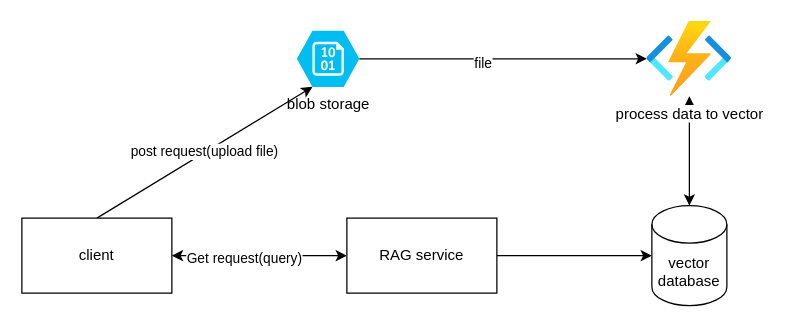
Earlier version of the draw.io diagram rag-chat-app/components.drawio (yannicklansink/central-search-engine-toeslagen). Source tidied: cells renumbered, new cells numbered last; positions are measured from the earlier drawing's top-left corner, leaving out a move shared by most shapes. Both pictures are drawn from the tidied source at 125%, with x=0, y=0 at pixel (21, 20).
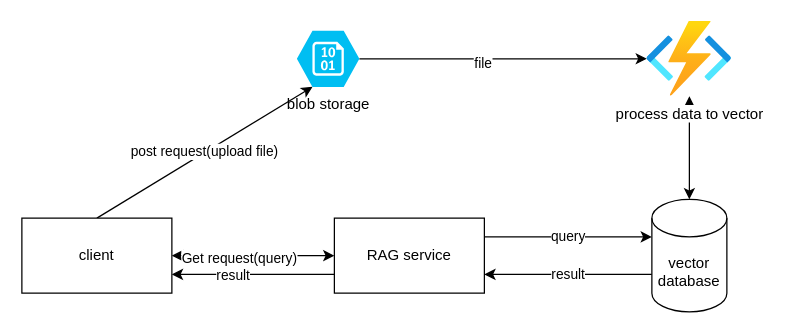
The same page after the edit.

Commit message (it also covers changes not shown here):
added architecture diagram

The edit, as a diff of the source:
```diff
@@
 <mxGraphModel>
   <root>
     <mxCell id="0" />
     <mxCell id="1" parent="0" />
     <mxCell id="2" value="post request(upload file)" style="edgeStyle=none;html=1;exitX=0.5;exitY=0;exitDx=0;exitDy=0;entryX=0.25;entryY=1;entryDx=0;entryDy=0;entryPerimeter=0;" parent="1" edge="1" source="3" target="12">
       <mxGeometry relative="1" as="geometry" />
     </mxCell>
     <mxCell id="3" value="client" style="rounded=0;whiteSpace=wrap;html=1;" parent="1" vertex="1">
       <mxGeometry y="158" width="120" height="60" as="geometry" />
     </mxCell>
-    <mxCell id="4" style="edgeStyle=none;html=1;exitX=1;exitY=0.5;exitDx=0;exitDy=0;" parent="1" edge="1" source="5" target="6">
+    <mxCell id="4" value="query" style="edgeStyle=none;html=1;exitX=1;exitY=0.25;exitDx=0;exitDy=0;entryX=0;entryY=0;entryDx=0;entryDy=30;entryPerimeter=0;" parent="1" edge="1" source="5" target="6">
       <mxGeometry relative="1" as="geometry" />
     </mxCell>
+    <mxCell id="14" style="edgeStyle=none;html=1;exitX=0;exitY=0.75;exitDx=0;exitDy=0;entryX=1;entryY=0.75;entryDx=0;entryDy=0;" parent="1" edge="1" source="5" target="3">
+      <mxGeometry relative="1" as="geometry" />
+    </mxCell>
+    <mxCell id="15" value="result" style="edgeLabel;html=1;align=center;verticalAlign=middle;" parent="14" vertex="1">
+      <mxGeometry x="0.26" relative="1" as="geometry" />
+    </mxCell>
     <mxCell id="5" value="RAG service" style="rounded=0;whiteSpace=wrap;html=1;" parent="1" vertex="1">
-      <mxGeometry x="260" y="158" width="120" height="60" as="geometry" />
+      <mxGeometry x="250" y="158" width="120" height="60" as="geometry" />
     </mxCell>
+    <mxCell id="16" value="result" style="edgeStyle=none;html=1;exitX=0;exitY=0;exitDx=0;exitDy=60;exitPerimeter=0;entryX=1;entryY=0.75;entryDx=0;entryDy=0;" parent="1" edge="1" source="6" target="5">
+      <mxGeometry relative="1" as="geometry" />
+    </mxCell>
     <mxCell id="6" value="vector database" style="shape=cylinder3;whiteSpace=wrap;html=1;boundedLbl=1;backgroundOutline=1;size=15;" parent="1" vertex="1">
-      <mxGeometry x="504" y="148" width="60" height="80" as="geometry" />
+      <mxGeometry x="504" y="143" width="60" height="90" as="geometry" />
     </mxCell>
     <mxCell id="7" style="endArrow=classic;startArrow=classic;html=1;exitX=1;exitY=0.5;exitDx=0;exitDy=0;entryX=0;entryY=0.5;entryDx=0;entryDy=0;" parent="1" edge="1" source="3" target="5">
       <mxGeometry relative="1" as="geometry" />
     </mxCell>
     <mxCell id="8" value="Get request(query)" style="edgeLabel;html=1;align=center;verticalAlign=middle;" parent="7" vertex="1">
       <mxGeometry x="-0.19" y="-1" relative="1" as="geometry" />
     </mxCell>
     <mxCell id="9" style="endArrow=classic;startArrow=classic;html=1;exitX=0.5;exitY=0;exitDx=0;exitDy=0;exitPerimeter=0;" parent="1" edge="1" source="6" target="13">
       <mxGeometry relative="1" as="geometry" />
     </mxCell>
     <mxCell id="10" style="edgeStyle=none;html=1;exitX=1;exitY=0.5;exitDx=0;exitDy=0;exitPerimeter=0;" parent="1" edge="1" source="12" target="13">
       <mxGeometry relative="1" as="geometry" />
     </mxCell>
     <mxCell id="11" value="file" style="edgeLabel;html=1;align=center;verticalAlign=middle;" parent="10" vertex="1">
       <mxGeometry x="-0.15" y="-2" relative="1" as="geometry">
         <mxPoint y="1" as="offset" />
       </mxGeometry>
     </mxCell>
     <mxCell id="12" value="blob storage" style="verticalLabelPosition=bottom;html=1;verticalAlign=top;align=center;strokeColor=none;fillColor=#00BEF2;shape=mxgraph.azure.storage_blob;" parent="1" vertex="1">
       <mxGeometry x="220" y="8" width="50" height="45" as="geometry" />
     </mxCell>
     <mxCell id="13" value="process data to vector" style="html=1;points=[];align=center;image;fontSize=12;image=img/lib/azure2/compute/Function_Apps.svg;" parent="1" vertex="1">
       <mxGeometry x="500" y="0.5" width="68" height="60" as="geometry" />
     </mxCell>
   </root>
 </mxGraphModel>
```
